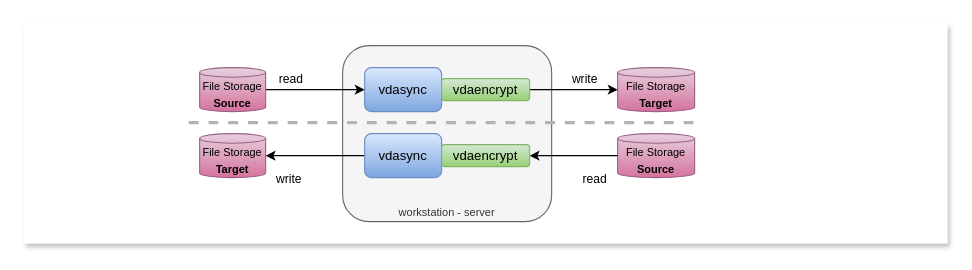
This is page "encryptl" (7 of 11) of docs/images/vdasync.drawio from t-beigbeder/vdasync, a draw.io file, before an edit. Source tidied: cells renumbered, new cells numbered last; positions are measured from the earlier drawing's top-left corner, leaving out a move shared by most shapes. Both pictures are drawn from the tidied source at 110%, with x=0, y=0 at pixel (23, 23).
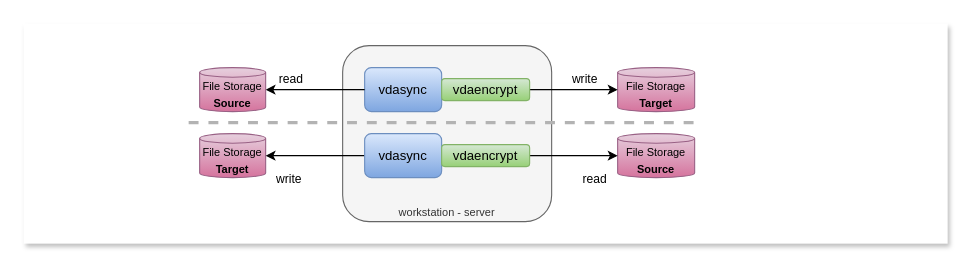
Above is the later version.

What changed in the source:
```diff
@@
 <mxGraphModel>
   <root>
     <mxCell id="0" />
     <mxCell id="1" parent="0" />
     <mxCell id="2" style="rounded=0;whiteSpace=wrap;html=1;shadow=1;glass=0;strokeColor=none;" parent="1" vertex="1">
       <mxGeometry width="840" height="200" as="geometry" />
     </mxCell>
     <mxCell id="3" value="workstation - server" style="rounded=1;whiteSpace=wrap;html=1;verticalAlign=bottom;fillColor=#f5f5f5;fontColor=#333333;strokeColor=#666666;fontSize=10;" parent="1" vertex="1">
       <mxGeometry x="290" y="20" width="190" height="160" as="geometry" />
     </mxCell>
     <mxCell id="4" value="vdasync" style="rounded=1;whiteSpace=wrap;html=1;fillColor=#dae8fc;strokeColor=#6c8ebf;gradientColor=#7ea6e0;" parent="1" vertex="1">
       <mxGeometry x="310" y="40" width="70" height="40" as="geometry" />
     </mxCell>
-    <mxCell id="5" value="read" style="endArrow=classic;html=1;rounded=0;entryX=0;entryY=0.5;entryDx=0;entryDy=0;exitX=1;exitY=0.5;exitDx=0;exitDy=0;exitPerimeter=0;" parent="1" edge="1" source="6" target="4">
-      <mxGeometry x="-0.5" y="10" relative="1" as="geometry" />
+    <mxCell id="5" value="read" style="endArrow=none;html=1;rounded=0;entryX=0;entryY=0.5;entryDx=0;entryDy=0;exitX=1;exitY=0.5;exitDx=0;exitDy=0;exitPerimeter=0;startArrow=classic;startFill=1;endFill=0;" parent="1" edge="1" source="6" target="4">
+      <mxGeometry x="-0.49" y="10" relative="1" as="geometry" />
     </mxCell>
     <mxCell id="6" value="&lt;font style=&quot;font-size: 10px;&quot;&gt;File Storage&lt;/font&gt;&lt;div&gt;&lt;font style=&quot;font-size: 10px;&quot;&gt;&lt;b&gt;Source&lt;/b&gt;&lt;/font&gt;&lt;/div&gt;" style="shape=cylinder3;whiteSpace=wrap;html=1;boundedLbl=1;backgroundOutline=1;size=4.3333333333334;fillColor=#e6d0de;strokeColor=#996185;gradientColor=#d5739d;" parent="1" vertex="1">
       <mxGeometry x="160" y="40" width="60" height="40" as="geometry" />
     </mxCell>
     <mxCell id="7" value="&lt;font style=&quot;font-size: 10px;&quot;&gt;File Storage&lt;/font&gt;&lt;div&gt;&lt;font style=&quot;font-size: 10px;&quot;&gt;&lt;b&gt;Target&lt;/b&gt;&lt;/font&gt;&lt;/div&gt;" style="shape=cylinder3;whiteSpace=wrap;html=1;boundedLbl=1;backgroundOutline=1;size=4.3333333333334;fillColor=#e6d0de;strokeColor=#996185;gradientColor=#d5739d;" parent="1" vertex="1">
       <mxGeometry x="160" y="100" width="60" height="40" as="geometry" />
     </mxCell>
     <mxCell id="8" value="write" style="endArrow=classic;html=1;rounded=0;entryX=1;entryY=0.5;entryDx=0;entryDy=0;exitX=0;exitY=0.5;exitDx=0;exitDy=0;entryPerimeter=0;" parent="1" edge="1" source="13" target="7">
       <mxGeometry x="0.53" y="21" relative="1" as="geometry" />
     </mxCell>
     <mxCell id="9" value="&lt;font style=&quot;font-size: 10px;&quot;&gt;File Storage&lt;/font&gt;&lt;div&gt;&lt;font style=&quot;font-size: 10px;&quot;&gt;&lt;b&gt;Target&lt;/b&gt;&lt;/font&gt;&lt;/div&gt;" style="shape=cylinder3;whiteSpace=wrap;html=1;boundedLbl=1;backgroundOutline=1;size=4.3333333333334;fillColor=#e6d0de;strokeColor=#996185;gradientColor=#d5739d;" parent="1" vertex="1">
       <mxGeometry x="540" y="40" width="70" height="40" as="geometry" />
     </mxCell>
     <mxCell id="10" value="&lt;font style=&quot;font-size: 10px;&quot;&gt;File Storage&lt;/font&gt;&lt;div&gt;&lt;font style=&quot;font-size: 10px;&quot;&gt;&lt;b&gt;Source&lt;/b&gt;&lt;/font&gt;&lt;/div&gt;" style="shape=cylinder3;whiteSpace=wrap;html=1;boundedLbl=1;backgroundOutline=1;size=4.3333333333334;fillColor=#e6d0de;strokeColor=#996185;gradientColor=#d5739d;" parent="1" vertex="1">
       <mxGeometry x="540" y="100" width="70" height="40" as="geometry" />
     </mxCell>
     <mxCell id="11" value="write" style="endArrow=classic;html=1;rounded=0;entryX=0;entryY=0.5;entryDx=0;entryDy=0;exitX=1;exitY=0.5;exitDx=0;exitDy=0;entryPerimeter=0;" parent="1" edge="1" source="14" target="9">
       <mxGeometry x="0.25" y="10" relative="1" as="geometry" />
     </mxCell>
-    <mxCell id="12" value="read" style="endArrow=classic;html=1;rounded=0;entryX=1;entryY=0.5;entryDx=0;entryDy=0;exitX=0;exitY=0.5;exitDx=0;exitDy=0;exitPerimeter=0;" parent="1" edge="1" source="10" target="15">
+    <mxCell id="12" value="read" style="endArrow=none;html=1;rounded=0;entryX=1;entryY=0.5;entryDx=0;entryDy=0;exitX=0;exitY=0.5;exitDx=0;exitDy=0;exitPerimeter=0;startArrow=classic;startFill=1;endFill=0;" parent="1" edge="1" source="10" target="15">
       <mxGeometry x="-0.47" y="21" relative="1" as="geometry" />
     </mxCell>
     <mxCell id="13" value="vdasync" style="rounded=1;whiteSpace=wrap;html=1;fillColor=#dae8fc;strokeColor=#6c8ebf;gradientColor=#7ea6e0;" parent="1" vertex="1">
       <mxGeometry x="310" y="100" width="70" height="40" as="geometry" />
     </mxCell>
     <mxCell id="14" value="vdaencrypt" style="rounded=1;whiteSpace=wrap;html=1;fillColor=#d5e8d4;strokeColor=#82b366;gradientColor=#97d077;" parent="1" vertex="1">
       <mxGeometry x="380" y="50" width="80" height="20" as="geometry" />
     </mxCell>
     <mxCell id="15" value="vdaencrypt" style="rounded=1;whiteSpace=wrap;html=1;fillColor=#d5e8d4;strokeColor=#82b366;gradientColor=#97d077;" parent="1" vertex="1">
       <mxGeometry x="380" y="110" width="80" height="20" as="geometry" />
     </mxCell>
     <mxCell id="16" style="endArrow=none;html=1;rounded=0;dashed=1;strokeColor=#B3B3B3;strokeWidth=3;" parent="1" edge="1">
       <mxGeometry relative="1" as="geometry">
         <mxPoint x="150" y="90" as="sourcePoint" />
         <mxPoint x="610" y="90" as="targetPoint" />
       </mxGeometry>
     </mxCell>
   </root>
 </mxGraphModel>
```
